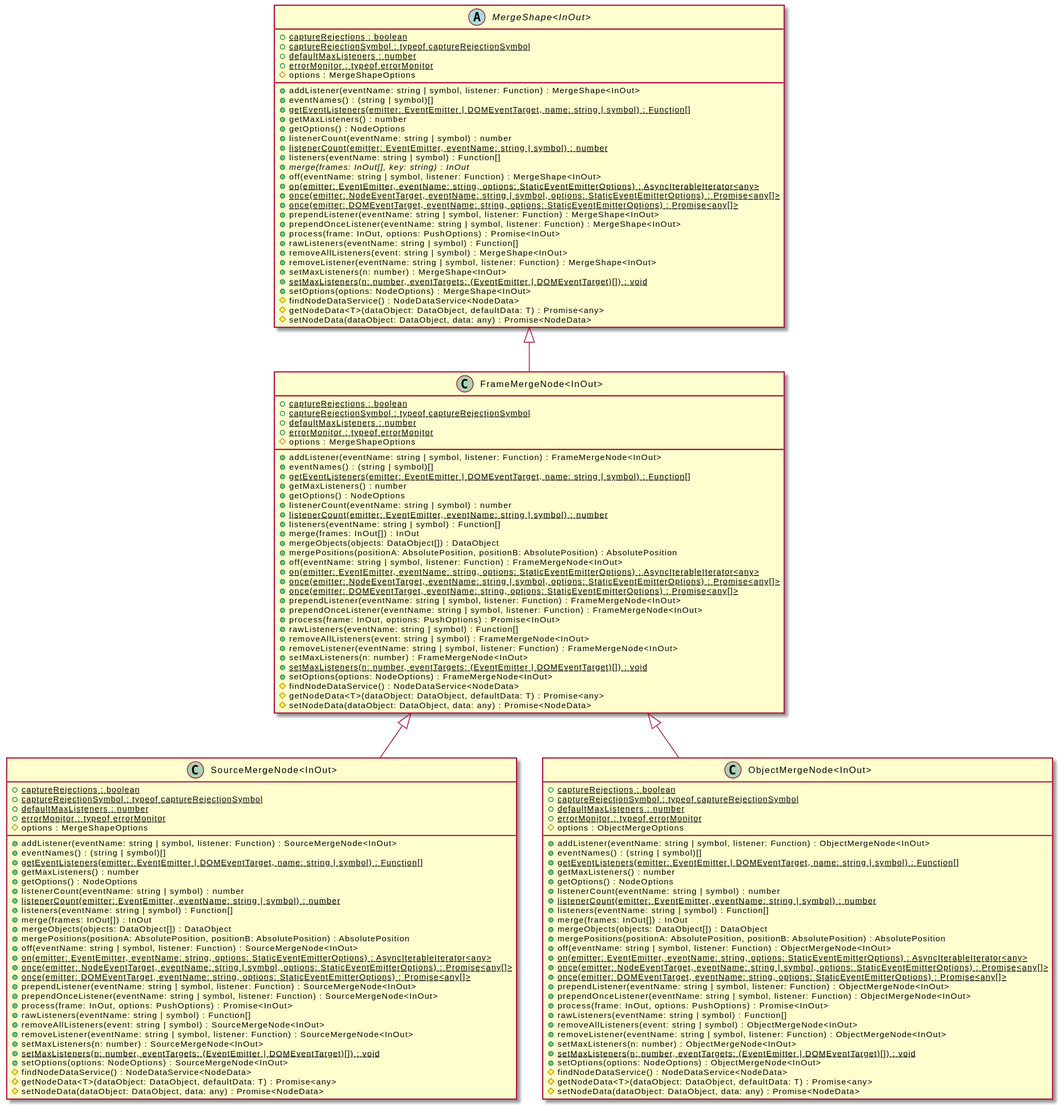
Earlier version of the PlantUML export assets/FrameMergeNode-umlClassDiagram-10679.svg (OpenHPS/openhps-core).
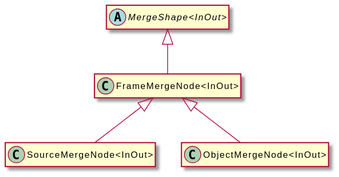
After the change.

Change to the diagram source:
```diff
@@ -3,140 +3,14 @@
 hide empty methods
 hide empty fields
 class "FrameMergeNode<InOut>" {
-    {static} +captureRejections : boolean
-    {static} +captureRejectionSymbol : typeof captureRejectionSymbol
-    {static} +defaultMaxListeners : number
-    {static} +errorMonitor : typeof errorMonitor
-    #options : MergeShapeOptions
-    +addListener(eventName: string | symbol, listener: Function) : FrameMergeNode<InOut>
-    +eventNames() : (string | symbol)[]
-    {static} +getEventListeners(emitter: EventEmitter | DOMEventTarget, name: string | symbol) : Function[]
-    +getMaxListeners() : number
-    +getOptions() : NodeOptions
-    +listenerCount(eventName: string | symbol) : number
-    {static} +listenerCount(emitter: EventEmitter, eventName: string | symbol) : number
-    +listeners(eventName: string | symbol) : Function[]
-    +merge(frames: InOut[]) : InOut
-    +mergeObjects(objects: DataObject[]) : DataObject
-    +mergePositions(positionA: AbsolutePosition, positionB: AbsolutePosition) : AbsolutePosition
-    +off(eventName: string | symbol, listener: Function) : FrameMergeNode<InOut>
-    {static} +on(emitter: EventEmitter, eventName: string, options: StaticEventEmitterOptions) : AsyncIterableIterator<any>
-    {static} +once(emitter: NodeEventTarget, eventName: string | symbol, options: StaticEventEmitterOptions) : Promise<any[]>
-    {static} +once(emitter: DOMEventTarget, eventName: string, options: StaticEventEmitterOptions) : Promise<any[]>
-    +prependListener(eventName: string | symbol, listener: Function) : FrameMergeNode<InOut>
-    +prependOnceListener(eventName: string | symbol, listener: Function) : FrameMergeNode<InOut>
-    +process(frame: InOut, options: PushOptions) : Promise<InOut>
-    +rawListeners(eventName: string | symbol) : Function[]
-    +removeAllListeners(event: string | symbol) : FrameMergeNode<InOut>
-    +removeListener(eventName: string | symbol, listener: Function) : FrameMergeNode<InOut>
-    +setMaxListeners(n: number) : FrameMergeNode<InOut>
-    {static} +setMaxListeners(n: number, eventTargets: (EventEmitter | DOMEventTarget)[]) : void
-    +setOptions(options: NodeOptions) : FrameMergeNode<InOut>
-    #findNodeDataService() : NodeDataService<NodeData>
-    #getNodeData<T>(dataObject: DataObject, defaultData: T) : Promise<any>
-    #setNodeData(dataObject: DataObject, data: any) : Promise<NodeData>
 }
 abstract class "MergeShape<InOut>" {
-    {static} +captureRejections : boolean
-    {static} +captureRejectionSymbol : typeof captureRejectionSymbol
-    {static} +defaultMaxListeners : number
-    {static} +errorMonitor : typeof errorMonitor
-    #options : MergeShapeOptions
-    +addListener(eventName: string | symbol, listener: Function) : MergeShape<InOut>
-    +eventNames() : (string | symbol)[]
-    {static} +getEventListeners(emitter: EventEmitter | DOMEventTarget, name: string | symbol) : Function[]
-    +getMaxListeners() : number
-    +getOptions() : NodeOptions
-    +listenerCount(eventName: string | symbol) : number
-    {static} +listenerCount(emitter: EventEmitter, eventName: string | symbol) : number
-    +listeners(eventName: string | symbol) : Function[]
-    {abstract} +merge(frames: InOut[], key: string) : InOut
-    +off(eventName: string | symbol, listener: Function) : MergeShape<InOut>
-    {static} +on(emitter: EventEmitter, eventName: string, options: StaticEventEmitterOptions) : AsyncIterableIterator<any>
-    {static} +once(emitter: NodeEventTarget, eventName: string | symbol, options: StaticEventEmitterOptions) : Promise<any[]>
-    {static} +once(emitter: DOMEventTarget, eventName: string, options: StaticEventEmitterOptions) : Promise<any[]>
-    +prependListener(eventName: string | symbol, listener: Function) : MergeShape<InOut>
-    +prependOnceListener(eventName: string | symbol, listener: Function) : MergeShape<InOut>
-    +process(frame: InOut, options: PushOptions) : Promise<InOut>
-    +rawListeners(eventName: string | symbol) : Function[]
-    +removeAllListeners(event: string | symbol) : MergeShape<InOut>
-    +removeListener(eventName: string | symbol, listener: Function) : MergeShape<InOut>
-    +setMaxListeners(n: number) : MergeShape<InOut>
-    {static} +setMaxListeners(n: number, eventTargets: (EventEmitter | DOMEventTarget)[]) : void
-    +setOptions(options: NodeOptions) : MergeShape<InOut>
-    #findNodeDataService() : NodeDataService<NodeData>
-    #getNodeData<T>(dataObject: DataObject, defaultData: T) : Promise<any>
-    #setNodeData(dataObject: DataObject, data: any) : Promise<NodeData>
 }
 "MergeShape<InOut>" <|-- "FrameMergeNode<InOut>"
 class "SourceMergeNode<InOut>" {
-    {static} +captureRejections : boolean
-    {static} +captureRejectionSymbol : typeof captureRejectionSymbol
-    {static} +defaultMaxListeners : number
-    {static} +errorMonitor : typeof errorMonitor
-    #options : MergeShapeOptions
-    +addListener(eventName: string | symbol, listener: Function) : SourceMergeNode<InOut>
-    +eventNames() : (string | symbol)[]
-    {static} +getEventListeners(emitter: EventEmitter | DOMEventTarget, name: string | symbol) : Function[]
-    +getMaxListeners() : number
-    +getOptions() : NodeOptions
-    +listenerCount(eventName: string | symbol) : number
-    {static} +listenerCount(emitter: EventEmitter, eventName: string | symbol) : number
-    +listeners(eventName: string | symbol) : Function[]
-    +merge(frames: InOut[]) : InOut
-    +mergeObjects(objects: DataObject[]) : DataObject
-    +mergePositions(positionA: AbsolutePosition, positionB: AbsolutePosition) : AbsolutePosition
-    +off(eventName: string | symbol, listener: Function) : SourceMergeNode<InOut>
-    {static} +on(emitter: EventEmitter, eventName: string, options: StaticEventEmitterOptions) : AsyncIterableIterator<any>
-    {static} +once(emitter: NodeEventTarget, eventName: string | symbol, options: StaticEventEmitterOptions) : Promise<any[]>
-    {static} +once(emitter: DOMEventTarget, eventName: string, options: StaticEventEmitterOptions) : Promise<any[]>
-    +prependListener(eventName: string | symbol, listener: Function) : SourceMergeNode<InOut>
-    +prependOnceListener(eventName: string | symbol, listener: Function) : SourceMergeNode<InOut>
-    +process(frame: InOut, options: PushOptions) : Promise<InOut>
-    +rawListeners(eventName: string | symbol) : Function[]
-    +removeAllListeners(event: string | symbol) : SourceMergeNode<InOut>
-    +removeListener(eventName: string | symbol, listener: Function) : SourceMergeNode<InOut>
-    +setMaxListeners(n: number) : SourceMergeNode<InOut>
-    {static} +setMaxListeners(n: number, eventTargets: (EventEmitter | DOMEventTarget)[]) : void
-    +setOptions(options: NodeOptions) : SourceMergeNode<InOut>
-    #findNodeDataService() : NodeDataService<NodeData>
-    #getNodeData<T>(dataObject: DataObject, defaultData: T) : Promise<any>
-    #setNodeData(dataObject: DataObject, data: any) : Promise<NodeData>
 }
 "FrameMergeNode<InOut>" <|-- "SourceMergeNode<InOut>"
 class "ObjectMergeNode<InOut>" {
-    {static} +captureRejections : boolean
-    {static} +captureRejectionSymbol : typeof captureRejectionSymbol
-    {static} +defaultMaxListeners : number
-    {static} +errorMonitor : typeof errorMonitor
-    #options : ObjectMergeOptions
-    +addListener(eventName: string | symbol, listener: Function) : ObjectMergeNode<InOut>
-    +eventNames() : (string | symbol)[]
-    {static} +getEventListeners(emitter: EventEmitter | DOMEventTarget, name: string | symbol) : Function[]
-    +getMaxListeners() : number
-    +getOptions() : NodeOptions
-    +listenerCount(eventName: string | symbol) : number
-    {static} +listenerCount(emitter: EventEmitter, eventName: string | symbol) : number
-    +listeners(eventName: string | symbol) : Function[]
-    +merge(frames: InOut[]) : InOut
-    +mergeObjects(objects: DataObject[]) : DataObject
-    +mergePositions(positionA: AbsolutePosition, positionB: AbsolutePosition) : AbsolutePosition
-    +off(eventName: string | symbol, listener: Function) : ObjectMergeNode<InOut>
-    {static} +on(emitter: EventEmitter, eventName: string, options: StaticEventEmitterOptions) : AsyncIterableIterator<any>
-    {static} +once(emitter: NodeEventTarget, eventName: string | symbol, options: StaticEventEmitterOptions) : Promise<any[]>
-    {static} +once(emitter: DOMEventTarget, eventName: string, options: StaticEventEmitterOptions) : Promise<any[]>
-    +prependListener(eventName: string | symbol, listener: Function) : ObjectMergeNode<InOut>
-    +prependOnceListener(eventName: string | symbol, listener: Function) : ObjectMergeNode<InOut>
-    +process(frame: InOut, options: PushOptions) : Promise<InOut>
-    +rawListeners(eventName: string | symbol) : Function[]
-    +removeAllListeners(event: string | symbol) : ObjectMergeNode<InOut>
-    +removeListener(eventName: string | symbol, listener: Function) : ObjectMergeNode<InOut>
-    +setMaxListeners(n: number) : ObjectMergeNode<InOut>
-    {static} +setMaxListeners(n: number, eventTargets: (EventEmitter | DOMEventTarget)[]) : void
-    +setOptions(options: NodeOptions) : ObjectMergeNode<InOut>
-    #findNodeDataService() : NodeDataService<NodeData>
-    #getNodeData<T>(dataObject: DataObject, defaultData: T) : Promise<any>
-    #setNodeData(dataObject: DataObject, data: any) : Promise<NodeData>
 }
 "FrameMergeNode<InOut>" <|-- "ObjectMergeNode<InOut>"
 @enduml
```
